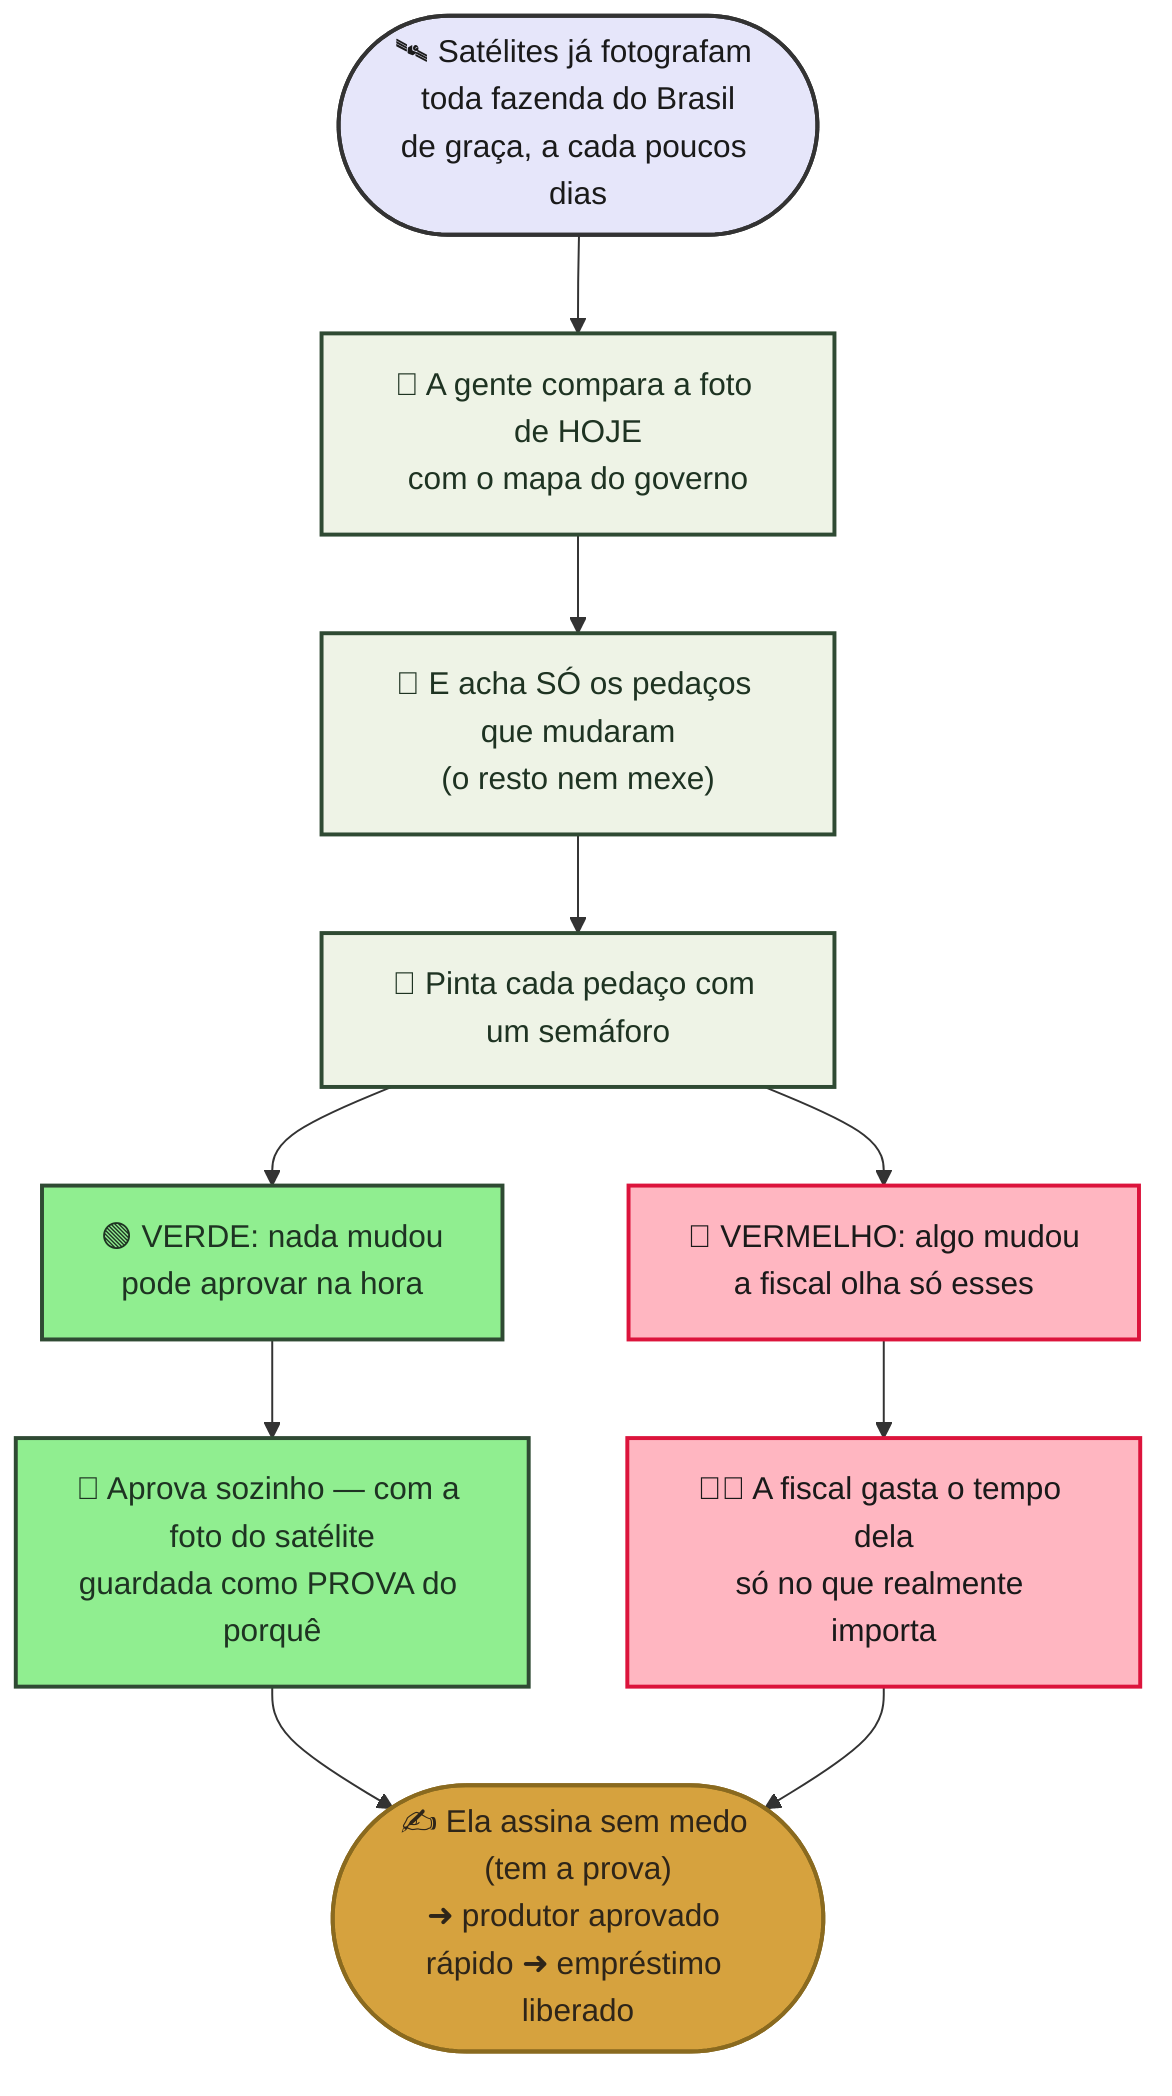
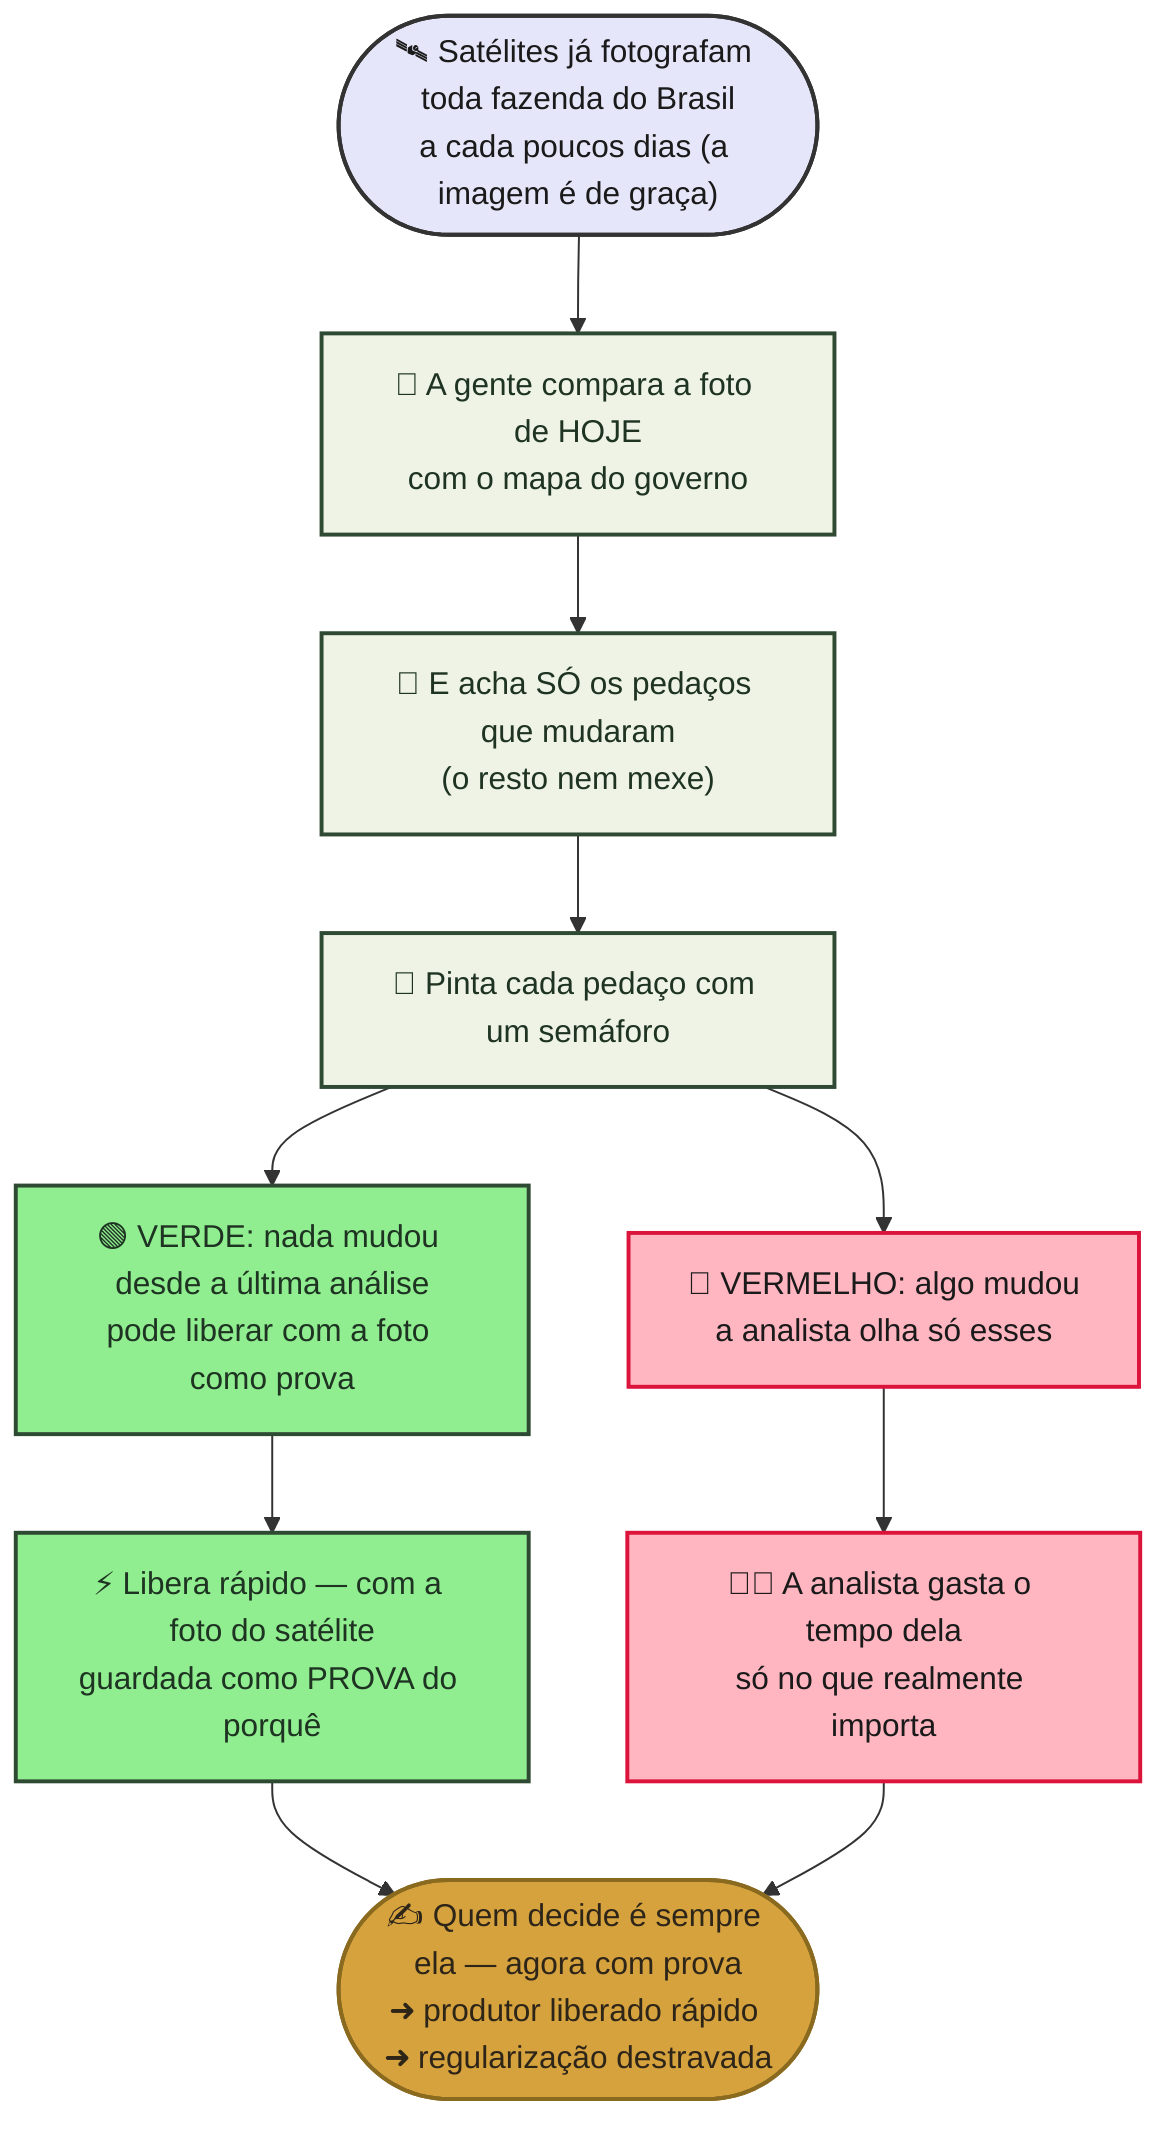
flowchart TD
-     A(["🛰️ Satélites já fotografam toda fazenda do Brasil<br/>de graça, a cada poucos dias"]) --> B["🔎 A gente compara a foto de HOJE<br/>com o mapa do governo"]
+     A(["🛰️ Satélites já fotografam toda fazenda do Brasil<br/>a cada poucos dias (a imagem é de graça)"]) --> B["🔎 A gente compara a foto de HOJE<br/>com o mapa do governo"]
    B --> C["📍 E acha SÓ os pedaços que mudaram<br/>(o resto nem mexe)"]
    C --> D["🚦 Pinta cada pedaço com um semáforo"]
-     D --> E["🟢 VERDE: nada mudou<br/>pode aprovar na hora"]
-     D --> F["🔴 VERMELHO: algo mudou<br/>a fiscal olha só esses"]
-     E --> G["🤖 Aprova sozinho — com a foto do satélite<br/>guardada como PROVA do porquê"]
-     F --> H["👩‍💼 A fiscal gasta o tempo dela<br/>só no que realmente importa"]
-     G --> I(["✍️ Ela assina sem medo (tem a prova)<br/>➜ produtor aprovado rápido ➜ empréstimo liberado"])
+     D --> E["🟢 VERDE: nada mudou desde a última análise<br/>pode liberar com a foto como prova"]
+     D --> F["🔴 VERMELHO: algo mudou<br/>a analista olha só esses"]
+     E --> G["⚡ Libera rápido — com a foto do satélite<br/>guardada como PROVA do porquê"]
+     F --> H["👩‍💼 A analista gasta o tempo dela<br/>só no que realmente importa"]
+     G --> I(["✍️ Quem decide é sempre ela — agora com prova<br/>➜ produtor liberado rápido ➜ regularização destravada"])
    H --> I

    classDef start fill:#E6E6FA,stroke:#333,stroke-width:2px,color:#1a1a1a
    classDef step fill:#EEF3E6,stroke:#2F4A33,stroke-width:2px,color:#1E3322
    classDef green fill:#90EE90,stroke:#2F4A33,stroke-width:2px,color:#1E3322
    classDef red fill:#FFB6C1,stroke:#DC143C,stroke-width:2px,color:#1a1a1a
    classDef win fill:#D6A23E,stroke:#8A6A1F,stroke-width:2px,color:#2E2519
    class A start
    class B,C,D step
    class E,G green
    class F,H red
    class I win
